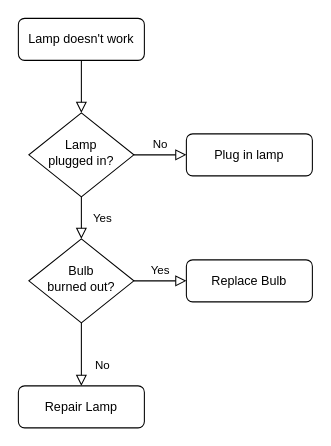
The draw.io diagram Untitled Diagram.drawio in jybjobs/framework-demo, before the edit. Source tidied: cells renumbered, new cells numbered last; positions are measured from the earlier drawing's top-left corner, leaving out a move shared by most shapes. Both pictures are drawn from the tidied source at 105%, with x=0, y=0 at pixel (18, 18).
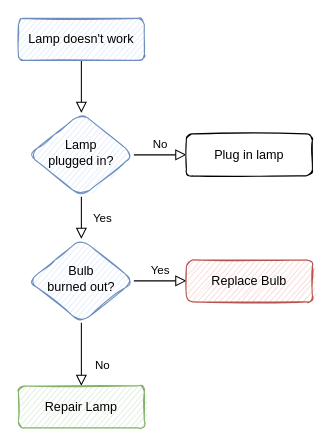
Above is the later version.

What changed in the source:
```diff
@@
 <mxGraphModel>
   <root>
     <mxCell id="0" />
     <mxCell id="1" parent="0" />
     <mxCell id="2" style="rounded=0;html=1;jettySize=auto;fontSize=11;endArrow=block;endFill=0;endSize=8;strokeWidth=1;shadow=0;labelBackgroundColor=none;edgeStyle=orthogonalEdgeStyle;" parent="1" edge="1" source="3" target="6">
       <mxGeometry relative="1" as="geometry" />
     </mxCell>
-    <mxCell id="3" value="Lamp doesn't work" style="rounded=1;whiteSpace=wrap;html=1;fontSize=12;glass=0;strokeWidth=1;shadow=0;" parent="1" vertex="1">
+    <mxCell id="3" value="Lamp doesn't work" style="rounded=1;whiteSpace=wrap;html=1;fontSize=12;glass=0;strokeWidth=1;shadow=0;fillColor=#dae8fc;strokeColor=#6c8ebf;sketch=1;" parent="1" vertex="1">
       <mxGeometry width="120" height="40" as="geometry" />
     </mxCell>
     <mxCell id="4" value="Yes" style="rounded=0;html=1;jettySize=auto;fontSize=11;endArrow=block;endFill=0;endSize=8;strokeWidth=1;shadow=0;labelBackgroundColor=none;edgeStyle=orthogonalEdgeStyle;" parent="1" edge="1" source="6" target="10">
       <mxGeometry y="20" relative="1" as="geometry" />
     </mxCell>
     <mxCell id="5" value="No" style="edgeStyle=orthogonalEdgeStyle;rounded=0;html=1;jettySize=auto;fontSize=11;endArrow=block;endFill=0;endSize=8;strokeWidth=1;shadow=0;labelBackgroundColor=none;" parent="1" edge="1" source="6" target="7">
       <mxGeometry y="10" relative="1" as="geometry" />
     </mxCell>
-    <mxCell id="6" value="Lamp&lt;br&gt;plugged in?" style="rhombus;whiteSpace=wrap;html=1;shadow=0;fontFamily=Helvetica;fontSize=12;align=center;strokeWidth=1;spacing=6;spacingTop=-4;" parent="1" vertex="1">
+    <mxCell id="6" value="Lamp&lt;br&gt;plugged in?" style="rhombus;whiteSpace=wrap;html=1;shadow=0;fontFamily=Helvetica;fontSize=12;align=center;strokeWidth=1;spacing=6;spacingTop=-4;fillColor=#dae8fc;strokeColor=#6c8ebf;sketch=1;rounded=1;" parent="1" vertex="1">
       <mxGeometry x="10" y="90" width="100" height="80" as="geometry" />
     </mxCell>
-    <mxCell id="7" value="Plug in lamp" style="rounded=1;whiteSpace=wrap;html=1;fontSize=12;glass=0;strokeWidth=1;shadow=0;" parent="1" vertex="1">
+    <mxCell id="7" value="Plug in lamp" style="rounded=1;whiteSpace=wrap;html=1;fontSize=12;glass=0;strokeWidth=1;shadow=0;sketch=1;" parent="1" vertex="1">
       <mxGeometry x="160" y="110" width="120" height="40" as="geometry" />
     </mxCell>
     <mxCell id="8" value="No" style="rounded=0;html=1;jettySize=auto;fontSize=11;endArrow=block;endFill=0;endSize=8;strokeWidth=1;shadow=0;labelBackgroundColor=none;edgeStyle=orthogonalEdgeStyle;" parent="1" edge="1" source="10" target="11">
       <mxGeometry x="0.33" y="20" relative="1" as="geometry" />
     </mxCell>
     <mxCell id="9" value="Yes" style="edgeStyle=orthogonalEdgeStyle;rounded=0;html=1;jettySize=auto;fontSize=11;endArrow=block;endFill=0;endSize=8;strokeWidth=1;shadow=0;labelBackgroundColor=none;" parent="1" edge="1" source="10" target="12">
       <mxGeometry y="10" relative="1" as="geometry" />
     </mxCell>
-    <mxCell id="10" value="Bulb&lt;br&gt;burned out?" style="rhombus;whiteSpace=wrap;html=1;shadow=0;fontFamily=Helvetica;fontSize=12;align=center;strokeWidth=1;spacing=6;spacingTop=-4;" parent="1" vertex="1">
+    <mxCell id="10" value="Bulb&lt;br&gt;burned out?" style="rhombus;whiteSpace=wrap;html=1;shadow=0;fontFamily=Helvetica;fontSize=12;align=center;strokeWidth=1;spacing=6;spacingTop=-4;sketch=1;rounded=1;fillColor=#dae8fc;strokeColor=#6c8ebf;" parent="1" vertex="1">
       <mxGeometry x="10" y="210" width="100" height="80" as="geometry" />
     </mxCell>
-    <mxCell id="11" value="Repair Lamp" style="rounded=1;whiteSpace=wrap;html=1;fontSize=12;glass=0;strokeWidth=1;shadow=0;" parent="1" vertex="1">
+    <mxCell id="11" value="Repair Lamp" style="rounded=1;whiteSpace=wrap;html=1;fontSize=12;glass=0;strokeWidth=1;shadow=0;fillColor=#d5e8d4;strokeColor=#82b366;sketch=1;" parent="1" vertex="1">
       <mxGeometry y="350" width="120" height="40" as="geometry" />
     </mxCell>
-    <mxCell id="12" value="Replace Bulb" style="rounded=1;whiteSpace=wrap;html=1;fontSize=12;glass=0;strokeWidth=1;shadow=0;" parent="1" vertex="1">
+    <mxCell id="12" value="Replace Bulb" style="rounded=1;whiteSpace=wrap;html=1;fontSize=12;glass=0;strokeWidth=1;shadow=0;sketch=1;fillColor=#f8cecc;strokeColor=#b85450;" parent="1" vertex="1">
       <mxGeometry x="160" y="230" width="120" height="40" as="geometry" />
     </mxCell>
   </root>
 </mxGraphModel>
```
